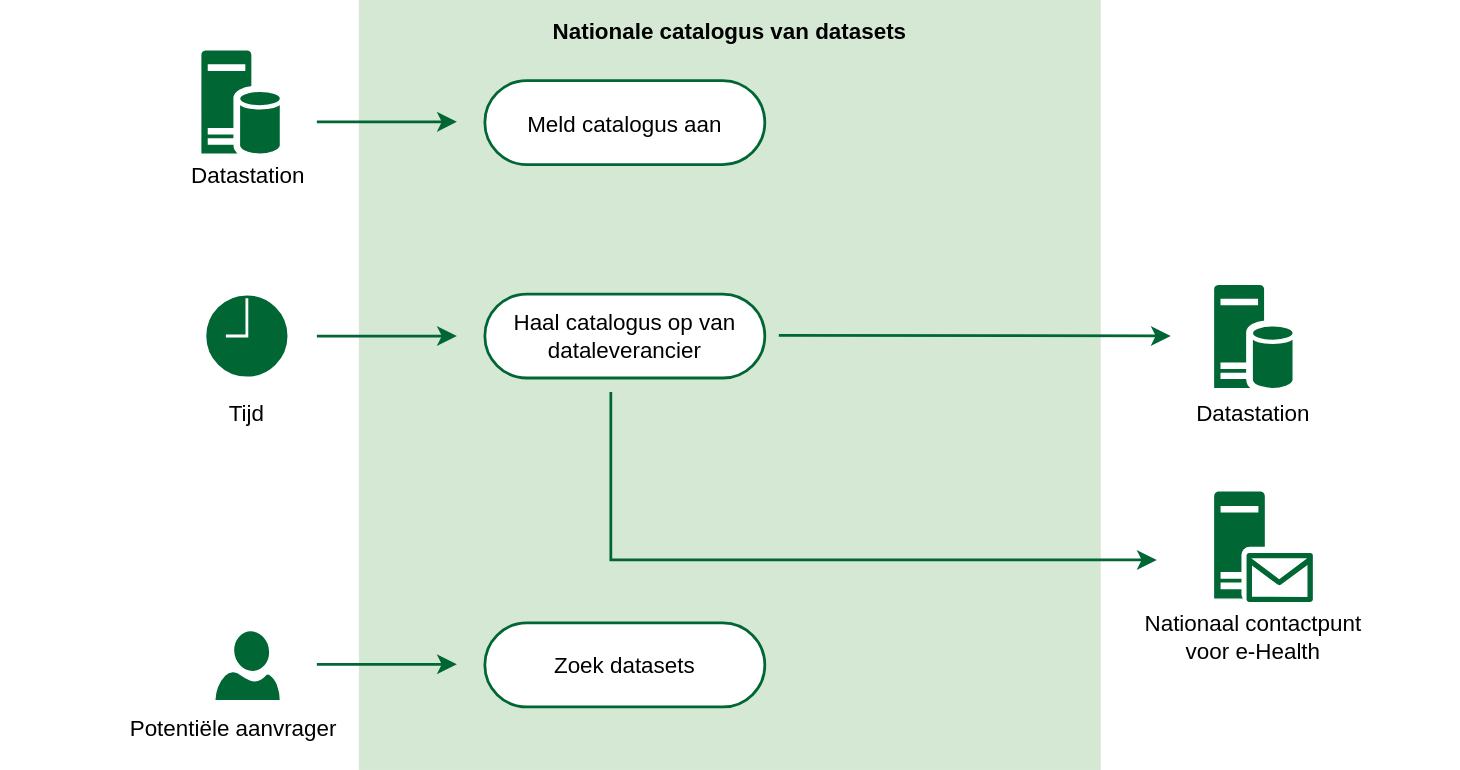
Earlier version of the draw.io export docs/proces/uc-vinden.drawio.svg (Health-RI/data-station-specification). Source tidied: cells renumbered, new cells last; positions are measured from the earlier drawing's top-left corner, leaving out a move shared by most shapes. Source of this version:
```xml
<mxGraphModel>
  <root>
    <mxCell id="0" />
    <mxCell id="1" parent="0" />
    <mxCell id="2" value="Nationale catalogus van datasets" style="rounded=0;whiteSpace=wrap;html=1;fillColor=#D5E8D4;dashed=1;strokeColor=none;strokeWidth=1.9685;verticalAlign=top;fontSize=16;fontFamily=Arial;fontStyle=1;spacingTop=7.874;spacing=1.9685;" parent="1" vertex="1">
      <mxGeometry x="256.4" width="530" height="550" as="geometry" />
    </mxCell>
    <mxCell id="3" style="html=1;verticalLabelPosition=bottom;align=center;labelBackgroundColor=#ffffff;verticalAlign=top;strokeWidth=2;strokeColor=#FFFFFF;shadow=0;dashed=0;shape=mxgraph.ios7.icons.clock;fillColor=#006633;fontFamily=Arial;" parent="1" vertex="1">
      <mxGeometry x="146.4" y="210" width="60" height="60" as="geometry" />
    </mxCell>
    <mxCell id="4" value="Tijd" style="text;html=1;whiteSpace=wrap;strokeColor=none;fillColor=none;align=center;verticalAlign=middle;rounded=0;fontSize=16;fontFamily=Arial;" parent="1" vertex="1">
      <mxGeometry x="146.4" y="280" width="60" height="30" as="geometry" />
    </mxCell>
    <mxCell id="5" value="Haal catalogus op van dataleverancier" style="rounded=1;whiteSpace=wrap;html=1;fontSize=16;arcSize=50;strokeWidth=1.9685;spacingLeft=11.811;spacingRight=11.811;strokeColor=#006633;fontFamily=Arial;" parent="1" vertex="1">
      <mxGeometry x="346.4" y="210" width="200" height="60" as="geometry" />
    </mxCell>
    <mxCell id="6" style="endArrow=classic;html=1;rounded=0;fontSize=12;startSize=8;endSize=8;curved=1;strokeWidth=1.9685;strokeColor=#006633;fontFamily=Arial;" parent="1" edge="1">
      <mxGeometry relative="1" as="geometry">
        <mxPoint x="226.4" y="240" as="sourcePoint" />
        <mxPoint x="326.4" y="240" as="targetPoint" />
      </mxGeometry>
    </mxCell>
    <mxCell id="7" style="sketch=0;shadow=0;dashed=0;html=1;strokeColor=#FFFFFF;labelPosition=center;verticalLabelPosition=bottom;verticalAlign=top;align=center;fillColor=#006633;shape=mxgraph.azure.user;fontFamily=Arial;" parent="1" vertex="1">
      <mxGeometry x="152.9" y="450" width="47" height="50" as="geometry" />
    </mxCell>
    <mxCell id="8" style="sketch=0;shadow=0;dashed=0;html=1;strokeColor=#FFFFFF;labelPosition=center;verticalLabelPosition=bottom;verticalAlign=top;align=center;fillColor=#006633;shape=mxgraph.mscae.enterprise.database_server;fontFamily=Arial;" parent="1" vertex="1">
      <mxGeometry x="866.4" y="202.5" width="57" height="75" as="geometry" />
    </mxCell>
    <mxCell id="9" value="Datastation" style="text;html=1;whiteSpace=wrap;strokeColor=none;fillColor=none;align=center;verticalAlign=middle;rounded=0;fontSize=16;fontFamily=Arial;" parent="1" vertex="1">
      <mxGeometry x="854.1" y="280" width="81.5" height="30" as="geometry" />
    </mxCell>
    <mxCell id="10" style="endArrow=classic;html=1;rounded=0;fontSize=12;startSize=8;endSize=8;curved=1;strokeWidth=1.9685;strokeColor=#006633;fontFamily=Arial;" parent="1" edge="1">
      <mxGeometry relative="1" as="geometry">
        <mxPoint x="556.4" y="239.5" as="sourcePoint" />
        <mxPoint x="836.4" y="240" as="targetPoint" />
      </mxGeometry>
    </mxCell>
    <mxCell id="11" style="sketch=0;shadow=0;dashed=0;html=1;strokeColor=#FFFFFF;labelPosition=center;verticalLabelPosition=bottom;verticalAlign=top;align=center;fillColor=#006633;shape=mxgraph.mscae.enterprise.server_generic;fontFamily=Arial;" parent="1" vertex="1">
      <mxGeometry x="866.4" y="350" width="37.2" height="77.5" as="geometry" />
    </mxCell>
    <mxCell id="12" style="rounded=1;whiteSpace=wrap;html=1;strokeColor=none;fontFamily=Arial;" parent="1" vertex="1">
      <mxGeometry x="886.4" y="390" width="60" height="40" as="geometry" />
    </mxCell>
    <mxCell id="13" style="sketch=0;shadow=0;dashed=0;html=1;strokeColor=#FFFFFF;labelPosition=center;verticalLabelPosition=bottom;verticalAlign=top;align=center;fillColor=#006633;shape=mxgraph.azure.message2;fontFamily=Arial;" parent="1" vertex="1">
      <mxGeometry x="889.4" y="394" width="48.6" height="36" as="geometry" />
    </mxCell>
    <mxCell id="14" value="Nationaal contactpunt voor e-Health" style="text;html=1;whiteSpace=wrap;strokeColor=none;fillColor=none;align=center;verticalAlign=middle;rounded=0;fontSize=16;fontFamily=Arial;" parent="1" vertex="1">
      <mxGeometry x="814.9" y="440" width="159.8" height="30" as="geometry" />
    </mxCell>
    <mxCell id="15" style="endArrow=classic;html=1;rounded=0;fontSize=12;startSize=8;endSize=8;curved=0;strokeWidth=1.9685;strokeColor=#006633;fontFamily=Arial;" parent="1" edge="1">
      <mxGeometry relative="1" as="geometry">
        <mxPoint x="436.4" y="280" as="sourcePoint" />
        <mxPoint x="826.4" y="400" as="targetPoint" />
        <Array as="points">
          <mxPoint x="436.4" y="400" />
        </Array>
      </mxGeometry>
    </mxCell>
    <mxCell id="16" style="sketch=0;shadow=0;dashed=0;html=1;strokeColor=#FFFFFF;labelPosition=center;verticalLabelPosition=bottom;verticalAlign=top;align=center;fillColor=#006633;shape=mxgraph.mscae.enterprise.database_server;fontFamily=Arial;" parent="1" vertex="1">
      <mxGeometry x="142.9" y="35" width="57" height="75" as="geometry" />
    </mxCell>
    <mxCell id="17" value="Datastation" style="text;html=1;whiteSpace=wrap;strokeColor=none;fillColor=none;align=center;verticalAlign=middle;rounded=0;fontSize=16;fontFamily=Arial;" parent="1" vertex="1">
      <mxGeometry x="135.6" y="110" width="81.5" height="30" as="geometry" />
    </mxCell>
    <mxCell id="18" value="Meld catalogus aan" style="rounded=1;whiteSpace=wrap;html=1;fontSize=16;arcSize=50;strokeWidth=1.9685;spacingLeft=11.811;spacingRight=11.811;strokeColor=#006633;fontFamily=Arial;" parent="1" vertex="1">
      <mxGeometry x="346.4" y="57.5" width="200" height="60" as="geometry" />
    </mxCell>
    <mxCell id="19" style="endArrow=classic;html=1;rounded=0;fontSize=12;startSize=8;endSize=8;curved=1;strokeWidth=1.9685;strokeColor=#006633;fontFamily=Arial;" parent="1" edge="1">
      <mxGeometry relative="1" as="geometry">
        <mxPoint x="226.4" y="87" as="sourcePoint" />
        <mxPoint x="326.4" y="87" as="targetPoint" />
      </mxGeometry>
    </mxCell>
    <mxCell id="20" value="Zoek datasets" style="rounded=1;whiteSpace=wrap;html=1;fontSize=16;arcSize=50;strokeWidth=1.9685;spacingLeft=11.811;spacingRight=11.811;strokeColor=#006633;fontFamily=Arial;" parent="1" vertex="1">
      <mxGeometry x="346.4" y="445" width="200" height="60" as="geometry" />
    </mxCell>
    <mxCell id="21" style="endArrow=classic;html=1;rounded=0;fontSize=12;startSize=8;endSize=8;curved=1;strokeWidth=1.9685;strokeColor=#006633;fontFamily=Arial;" parent="1" edge="1">
      <mxGeometry relative="1" as="geometry">
        <mxPoint x="226.4" y="474.5" as="sourcePoint" />
        <mxPoint x="326.4" y="474.5" as="targetPoint" />
      </mxGeometry>
    </mxCell>
    <mxCell id="22" value="Potentiële aanvrager" style="text;html=1;whiteSpace=wrap;strokeColor=none;fillColor=none;align=center;verticalAlign=middle;rounded=0;fontSize=16;fontFamily=Arial;" parent="1" vertex="1">
      <mxGeometry x="85.6" y="505" width="160.8" height="30" as="geometry" />
    </mxCell>
    <mxCell id="23" style="rounded=0;whiteSpace=wrap;html=1;fillColor=none;strokeColor=none;" parent="1" vertex="1">
      <mxGeometry y="320" width="1042.8" height="60" as="geometry" />
    </mxCell>
  </root>
</mxGraphModel>
```
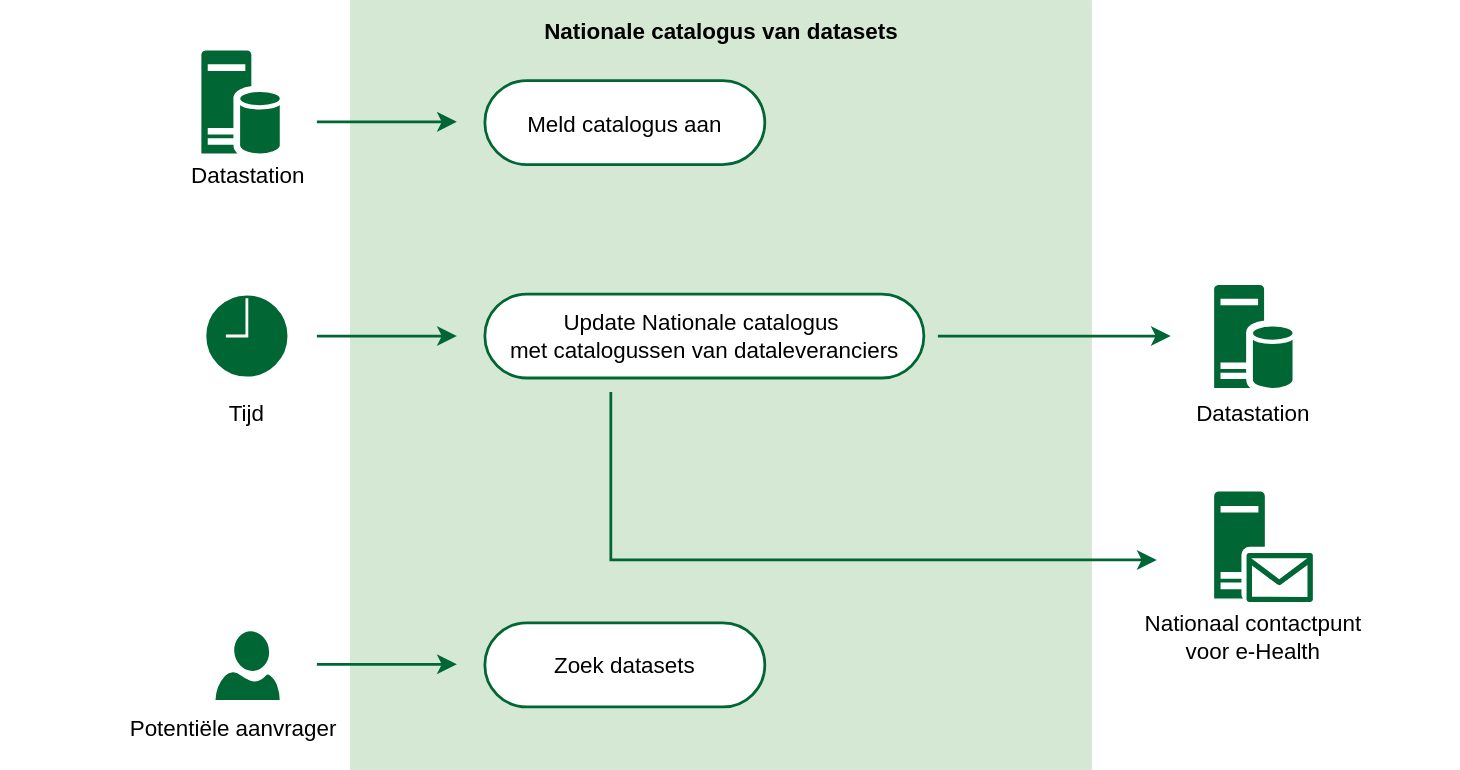
The same file after the commit.

What changed in the source:
```diff
@@ -3,7 +3,7 @@
     <mxCell id="0" />
     <mxCell id="1" parent="0" />
     <mxCell id="2" value="Nationale catalogus van datasets" style="rounded=0;whiteSpace=wrap;html=1;fillColor=#D5E8D4;dashed=1;strokeColor=none;strokeWidth=1.9685;verticalAlign=top;fontSize=16;fontFamily=Arial;fontStyle=1;spacingTop=7.874;spacing=1.9685;" parent="1" vertex="1">
-      <mxGeometry x="256.4" width="530" height="550" as="geometry" />
+      <mxGeometry x="250" width="530" height="550" as="geometry" />
     </mxCell>
     <mxCell id="3" style="html=1;verticalLabelPosition=bottom;align=center;labelBackgroundColor=#ffffff;verticalAlign=top;strokeWidth=2;strokeColor=#FFFFFF;shadow=0;dashed=0;shape=mxgraph.ios7.icons.clock;fillColor=#006633;fontFamily=Arial;" parent="1" vertex="1">
       <mxGeometry x="146.4" y="210" width="60" height="60" as="geometry" />
@@ -11,8 +11,8 @@
     <mxCell id="4" value="Tijd" style="text;html=1;whiteSpace=wrap;strokeColor=none;fillColor=none;align=center;verticalAlign=middle;rounded=0;fontSize=16;fontFamily=Arial;" parent="1" vertex="1">
       <mxGeometry x="146.4" y="280" width="60" height="30" as="geometry" />
     </mxCell>
-    <mxCell id="5" value="Haal catalogus op van dataleverancier" style="rounded=1;whiteSpace=wrap;html=1;fontSize=16;arcSize=50;strokeWidth=1.9685;spacingLeft=11.811;spacingRight=11.811;strokeColor=#006633;fontFamily=Arial;" parent="1" vertex="1">
-      <mxGeometry x="346.4" y="210" width="200" height="60" as="geometry" />
+    <mxCell id="5" value="Update Nationale catalogus&amp;nbsp;&lt;div&gt;met catalogussen van dataleveranciers&lt;/div&gt;" style="rounded=1;whiteSpace=wrap;html=1;fontSize=16;arcSize=50;strokeWidth=1.9685;spacingLeft=11.811;spacingRight=11.811;strokeColor=#006633;fontFamily=Arial;" parent="1" vertex="1">
+      <mxGeometry x="346.4" y="210" width="313.6" height="60" as="geometry" />
     </mxCell>
     <mxCell id="6" style="endArrow=classic;html=1;rounded=0;fontSize=12;startSize=8;endSize=8;curved=1;strokeWidth=1.9685;strokeColor=#006633;fontFamily=Arial;" parent="1" edge="1">
       <mxGeometry relative="1" as="geometry">
@@ -31,7 +31,7 @@
     </mxCell>
     <mxCell id="10" style="endArrow=classic;html=1;rounded=0;fontSize=12;startSize=8;endSize=8;curved=1;strokeWidth=1.9685;strokeColor=#006633;fontFamily=Arial;" parent="1" edge="1">
       <mxGeometry relative="1" as="geometry">
-        <mxPoint x="556.4" y="239.5" as="sourcePoint" />
+        <mxPoint x="670" y="240" as="sourcePoint" />
         <mxPoint x="836.4" y="240" as="targetPoint" />
       </mxGeometry>
     </mxCell>
```
